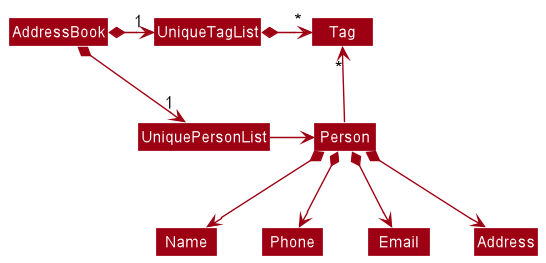
Earlier version of the PlantUML export docs/images/BetterModelClassDiagram.png (nus-cs2103-AY2223S1/tp).
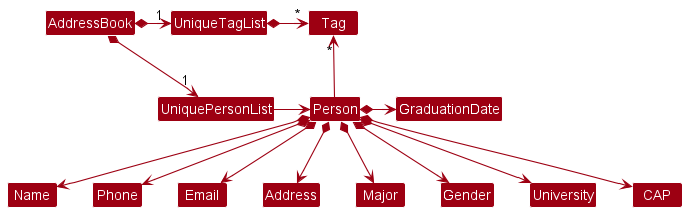
After the change.

Commit message:
Amend UML diagrams to include all attributes for Person

What changed in the source:
```diff
@@ -18,4 +18,9 @@
 Person *--> Phone
 Person *--> Email
 Person *--> Address
+Person *-right> GraduationDate
+Person *--> Major
+Person *--> Gender
+Person *--> University
+Person *--> CAP
 @enduml
```
